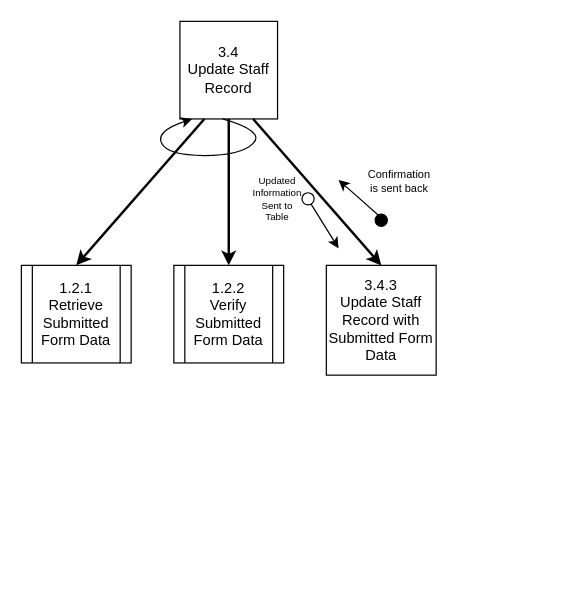
Before: page "3.4: Update Staff Record" (4 of 4) of Diagrams/StructureCharts/Proc3UpdateStaff.drawio in Harlento/SchedulingSystem, a draw.io diagram. Source tidied: cells renumbered, new cells numbered last; positions are measured from the earlier drawing's top-left corner, leaving out a move shared by most shapes. Both pictures are drawn from the tidied source at 122%, with x=0, y=0 at pixel (21, 21).
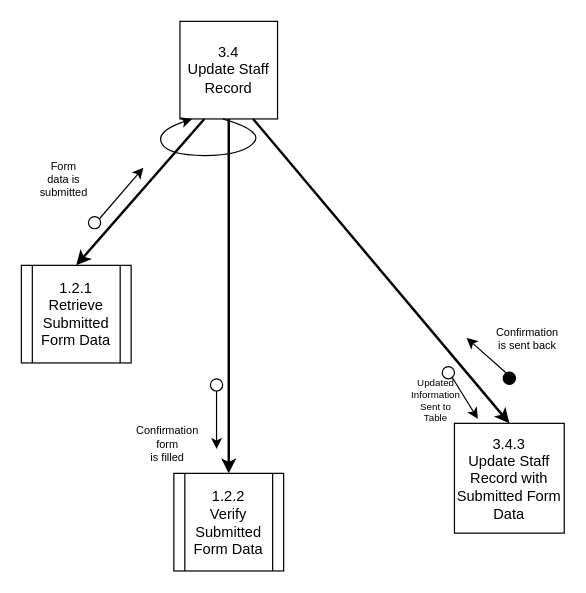
After the change.

The edit, as a diff of the source:
```diff
@@
     <mxCell id="5" value="&lt;span style=&quot;white-space: normal&quot;&gt;1.2.2&lt;br&gt;&lt;/span&gt;Verify Submitted Form Data" style="shape=process;whiteSpace=wrap;html=1;backgroundOutline=1;" parent="1" vertex="1">
-      <mxGeometry x="125" y="200" width="90" height="80" as="geometry" />
+      <mxGeometry x="125" y="370.5" width="90" height="80" as="geometry" />
     </mxCell>
@@
     <mxCell id="8" value="3.4.3&lt;br&gt;Update Staff Record with Submitted Form Data" style="whiteSpace=wrap;html=1;" parent="1" vertex="1">
-      <mxGeometry x="250" y="200" width="90" height="90" as="geometry" />
+      <mxGeometry x="355" y="329.5" width="90" height="90" as="geometry" />
     </mxCell>
@@
     <mxCell id="10" style="endArrow=classic;html=1;" parent="1" edge="1">
       <mxGeometry relative="1" as="geometry">
-        <mxPoint x="234.8" y="145.5" as="sourcePoint" />
-        <mxPoint x="260" y="186" as="targetPoint" />
+        <mxPoint x="349" y="285.2" as="sourcePoint" />
+        <mxPoint x="374.2" y="325.8" as="targetPoint" />
       </mxGeometry>
     </mxCell>
     <mxCell id="11" style="ellipse;whiteSpace=wrap;html=1;" parent="1" vertex="1">
-      <mxGeometry x="230" y="140.5" width="10" height="10" as="geometry" />
+      <mxGeometry x="345" y="283" width="10" height="10" as="geometry" />
     </mxCell>
     <mxCell id="12" value="&lt;div style=&quot;font-size: 8px;&quot;&gt;Updated &lt;br style=&quot;font-size: 8px;&quot;&gt;&lt;/div&gt;&lt;div style=&quot;font-size: 8px;&quot;&gt;Information &lt;br style=&quot;font-size: 8px;&quot;&gt;&lt;/div&gt;&lt;div style=&quot;font-size: 8px;&quot;&gt;Sent to Table&lt;br style=&quot;font-size: 8px;&quot;&gt;&lt;/div&gt;" style="text;html=1;strokeColor=none;fillColor=none;align=center;verticalAlign=middle;whiteSpace=wrap;rounded=0;fontSize=8;" parent="1" vertex="1">
-      <mxGeometry x="190" y="135.5" width="40" height="20" as="geometry" />
+      <mxGeometry x="320" y="300.5" width="40" height="20" as="geometry" />
     </mxCell>
     <mxCell id="13" style="endArrow=classic;html=1;" parent="1" edge="1">
       <mxGeometry relative="1" as="geometry">
-        <mxPoint x="295" y="161" as="sourcePoint" />
-        <mxPoint x="260" y="130" as="targetPoint" />
+        <mxPoint x="400" y="290.5" as="sourcePoint" />
+        <mxPoint x="365" y="259.5" as="targetPoint" />
       </mxGeometry>
     </mxCell>
     <mxCell id="14" style="ellipse;whiteSpace=wrap;html=1;fillColor=#000000;" parent="1" vertex="1">
-      <mxGeometry x="290" y="158" width="10" height="10" as="geometry" />
+      <mxGeometry x="395" y="287.5" width="10" height="10" as="geometry" />
     </mxCell>
     <mxCell id="15" value="Confirmation is sent back" style="text;html=1;strokeColor=none;fillColor=none;align=center;verticalAlign=middle;whiteSpace=wrap;rounded=0;fontSize=9;" parent="1" vertex="1">
-      <mxGeometry x="290" y="120.5" width="40" height="20" as="geometry" />
+      <mxGeometry x="395" y="250" width="40" height="20" as="geometry" />
     </mxCell>
+    <mxCell id="16" style="endArrow=classic;html=1;" parent="1" edge="1">
+      <mxGeometry relative="1" as="geometry">
+        <mxPoint x="60" y="166.5" as="sourcePoint" />
+        <mxPoint x="100" y="120" as="targetPoint" />
+      </mxGeometry>
+    </mxCell>
+    <mxCell id="17" value="&lt;div&gt;Confirmation form &lt;br&gt;&lt;/div&gt;&lt;div&gt;is filled&lt;br&gt;&lt;/div&gt;" style="text;html=1;strokeColor=none;fillColor=none;align=center;verticalAlign=middle;whiteSpace=wrap;rounded=0;fontSize=9;" parent="1" vertex="1">
+      <mxGeometry x="100" y="336.5" width="40" height="20" as="geometry" />
+    </mxCell>
+    <mxCell id="18" style="endArrow=classic;html=1;" parent="1" edge="1">
+      <mxGeometry relative="1" as="geometry">
+        <mxPoint x="160" y="298.5" as="sourcePoint" />
+        <mxPoint x="160" y="350.5" as="targetPoint" />
+      </mxGeometry>
+    </mxCell>
+    <mxCell id="19" style="ellipse;whiteSpace=wrap;html=1;" parent="1" vertex="1">
+      <mxGeometry x="155" y="293" width="10" height="10" as="geometry" />
+    </mxCell>
+    <mxCell id="20" value="Form data is submitted" style="text;html=1;strokeColor=none;fillColor=none;align=center;verticalAlign=middle;whiteSpace=wrap;rounded=0;fontSize=9;" parent="1" vertex="1">
+      <mxGeometry x="15" y="120" width="40" height="20" as="geometry" />
+    </mxCell>
+    <mxCell id="21" style="ellipse;whiteSpace=wrap;html=1;" parent="1" vertex="1">
+      <mxGeometry x="55" y="160" width="10" height="10" as="geometry" />
+    </mxCell>
```
